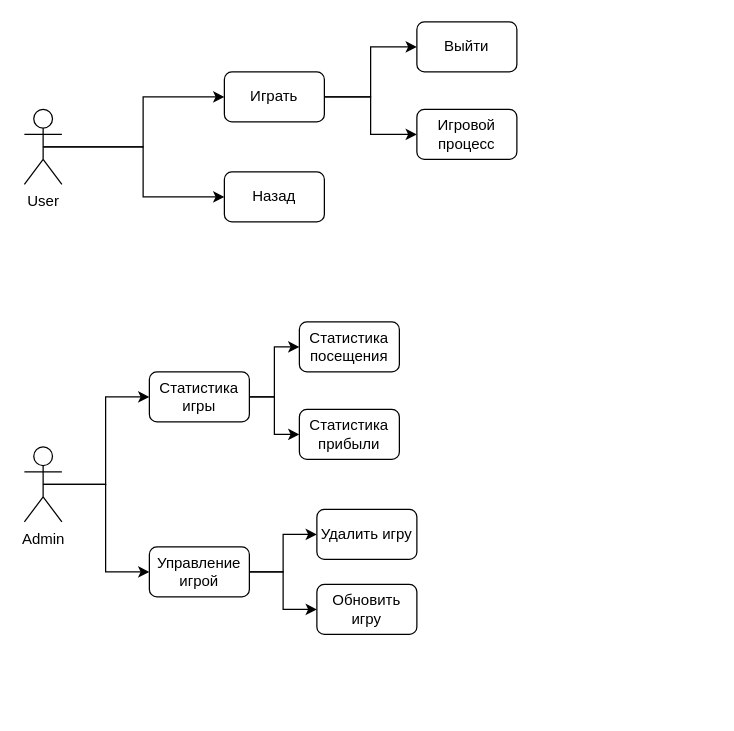
Above: диаграмма для диплома.drawio in foreverhermit/Diplom_- (draw.io), before the change. Source tidied: cells renumbered, new cells numbered last; positions are measured from the earlier drawing's top-left corner, leaving out a move shared by most shapes. Both pictures are drawn from the tidied source at 125%, with x=0, y=0 at pixel (24, 21).
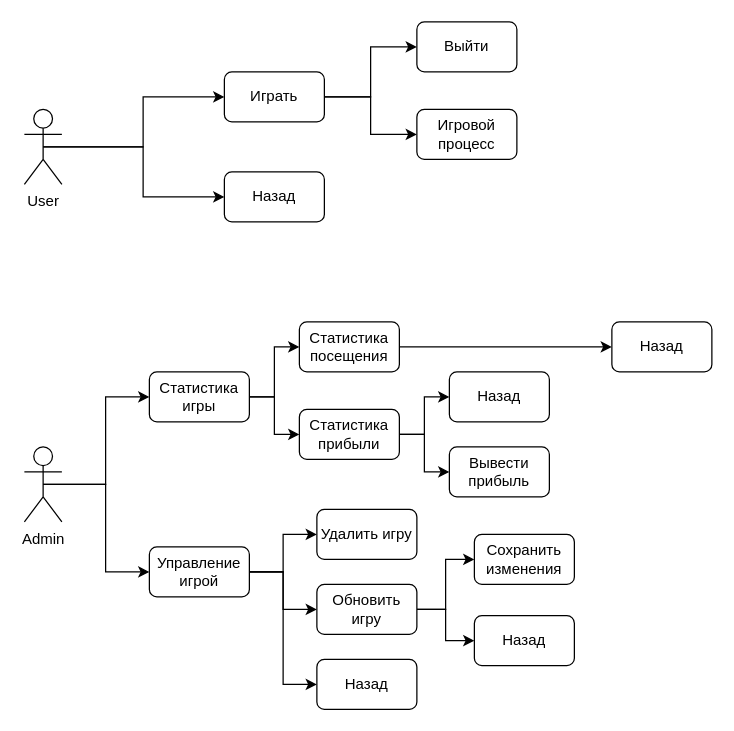
Above is the later version.

Unchanged cells that the change refers to:
```xml
<mxCell id="19" value="Управление игрой" style="rounded=1;whiteSpace=wrap;html=1;" parent="1" vertex="1">
  <mxGeometry x="100" y="420" width="80" height="40" as="geometry" />
</mxCell>
<mxCell id="20" value="Обновить игру" style="rounded=1;whiteSpace=wrap;html=1;" parent="1" vertex="1">
  <mxGeometry x="234" y="450" width="80" height="40" as="geometry" />
</mxCell>
<mxCell id="22" value="Статистика посещения" style="rounded=1;whiteSpace=wrap;html=1;" parent="1" vertex="1">
  <mxGeometry x="220" y="240" width="80" height="40" as="geometry" />
</mxCell>
<mxCell id="23" value="Статистика прибыли" style="rounded=1;whiteSpace=wrap;html=1;" parent="1" vertex="1">
  <mxGeometry x="220" y="310" width="80" height="40" as="geometry" />
</mxCell>
```

Change to the diagram source:
```diff
@@
+    <mxCell id="24" style="edgeStyle=orthogonalEdgeStyle;rounded=0;jettySize=auto;html=1;exitX=1;exitY=0.5;exitDx=0;exitDy=0;entryX=0;entryY=0.5;entryDx=0;entryDy=0;" parent="1" edge="1" source="19" target="33">
+      <mxGeometry relative="1" as="geometry" />
+    </mxCell>
@@
+    <mxCell id="25" style="edgeStyle=orthogonalEdgeStyle;rounded=0;jettySize=auto;html=1;exitX=1;exitY=0.5;exitDx=0;exitDy=0;entryX=0;entryY=0.5;entryDx=0;entryDy=0;" parent="1" edge="1" source="20" target="34">
+      <mxGeometry relative="1" as="geometry" />
+    </mxCell>
+    <mxCell id="26" style="edgeStyle=orthogonalEdgeStyle;rounded=0;jettySize=auto;html=1;exitX=1;exitY=0.5;exitDx=0;exitDy=0;entryX=0;entryY=0.5;entryDx=0;entryDy=0;" parent="1" edge="1" source="20" target="35">
+      <mxGeometry relative="1" as="geometry" />
+    </mxCell>
@@
+    <mxCell id="27" style="edgeStyle=orthogonalEdgeStyle;rounded=0;jettySize=auto;html=1;exitX=1;exitY=0.5;exitDx=0;exitDy=0;" parent="1" edge="1" source="22" target="32">
+      <mxGeometry relative="1" as="geometry" />
+    </mxCell>
@@
+    <mxCell id="28" style="edgeStyle=orthogonalEdgeStyle;rounded=0;jettySize=auto;html=1;exitX=1;exitY=0.5;exitDx=0;exitDy=0;entryX=0;entryY=0.5;entryDx=0;entryDy=0;" parent="1" edge="1" source="23" target="30">
+      <mxGeometry relative="1" as="geometry" />
+    </mxCell>
+    <mxCell id="29" style="edgeStyle=orthogonalEdgeStyle;rounded=0;jettySize=auto;html=1;exitX=1;exitY=0.5;exitDx=0;exitDy=0;entryX=0;entryY=0.5;entryDx=0;entryDy=0;" parent="1" edge="1" source="23" target="31">
+      <mxGeometry relative="1" as="geometry" />
+    </mxCell>
@@
+    <mxCell id="30" value="Вывести прибыль" style="rounded=1;whiteSpace=wrap;html=1;" parent="1" vertex="1">
+      <mxGeometry x="340" y="340" width="80" height="40" as="geometry" />
+    </mxCell>
+    <mxCell id="31" value="Назад" style="rounded=1;whiteSpace=wrap;html=1;" parent="1" vertex="1">
+      <mxGeometry x="340" y="280" width="80" height="40" as="geometry" />
+    </mxCell>
+    <mxCell id="32" value="Назад" style="rounded=1;whiteSpace=wrap;html=1;" parent="1" vertex="1">
+      <mxGeometry x="470" y="240" width="80" height="40" as="geometry" />
+    </mxCell>
+    <mxCell id="33" value="Назад" style="rounded=1;whiteSpace=wrap;html=1;" parent="1" vertex="1">
+      <mxGeometry x="234" y="510" width="80" height="40" as="geometry" />
+    </mxCell>
+    <mxCell id="34" value="Сохранить изменения" style="rounded=1;whiteSpace=wrap;html=1;" parent="1" vertex="1">
+      <mxGeometry x="360" y="410" width="80" height="40" as="geometry" />
+    </mxCell>
+    <mxCell id="35" value="Назад" style="rounded=1;whiteSpace=wrap;html=1;" parent="1" vertex="1">
+      <mxGeometry x="360" y="475" width="80" height="40" as="geometry" />
+    </mxCell>
```
